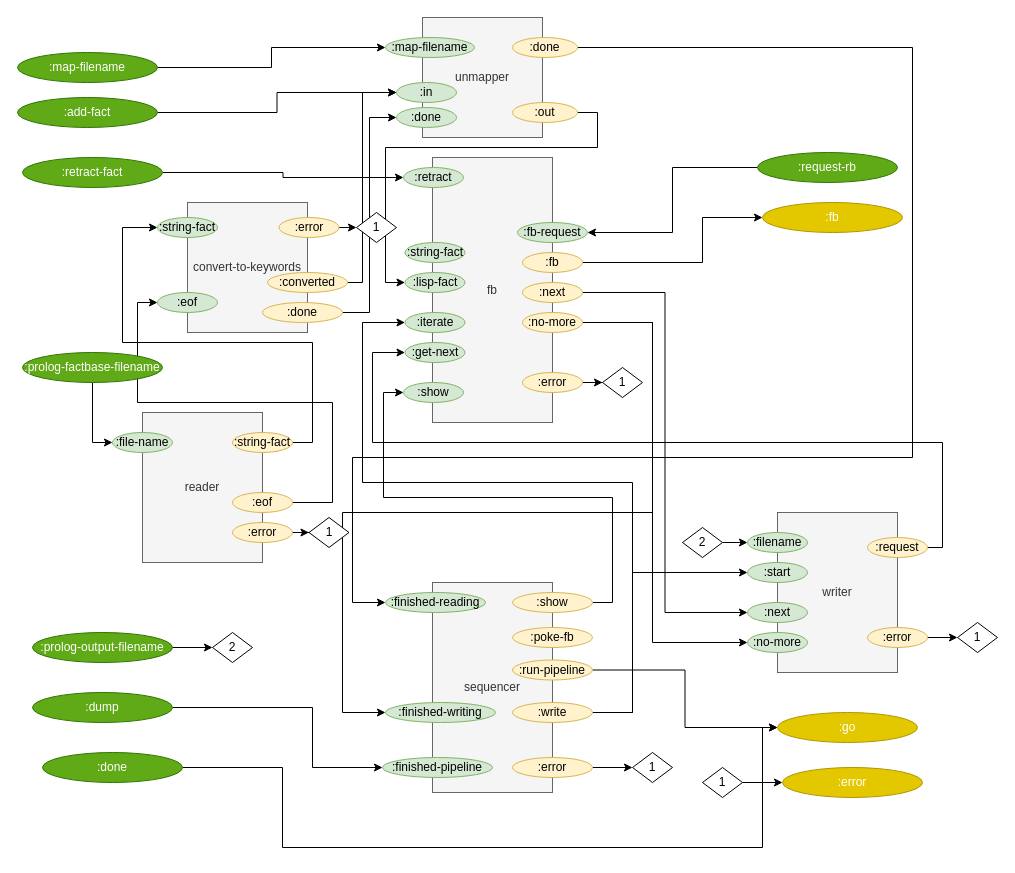
The draw.io diagram page "Compiler test bed" (4 of 10) of svg/cl-compiler/doc/compiler-test-bed.drawio in bmfbp/bmfbp, before the edit. Source tidied: cells renumbered, new cells numbered last; positions are measured from the earlier drawing's top-left corner, leaving out a move shared by most shapes. Both pictures are drawn from the tidied source at 100%, with x=0, y=0 at pixel (17, 17).
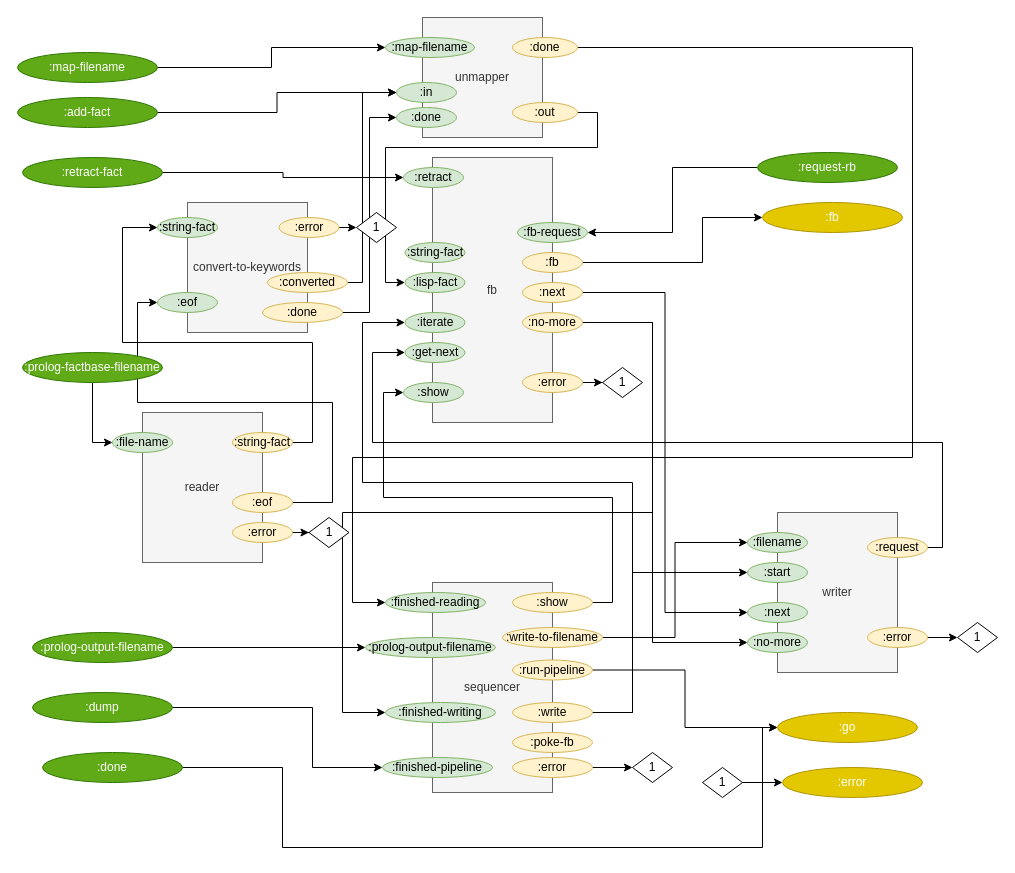
After the change.

Unchanged cells that the change refers to:
```xml
<mxCell id="24" value=":filename" style="ellipse;whiteSpace=wrap;html=1;fillColor=#d5e8d4;strokeColor=#82b366;" parent="1" vertex="1">
  <mxGeometry x="730" y="515" width="60" height="20" as="geometry" />
</mxCell>
<mxCell id="33" value=":prolog-output-filename" style="ellipse;whiteSpace=wrap;html=1;fillColor=#60a917;strokeColor=#2D7600;fontColor=#ffffff;" parent="1" vertex="1">
  <mxGeometry x="15" y="615" width="140" height="30" as="geometry" />
</mxCell>
```

Diff of the diagram source:
```diff
@@
-    <mxCell id="32" style="edgeStyle=orthogonalEdgeStyle;rounded=0;jettySize=auto;html=1;exitX=1;exitY=0.5;exitDx=0;exitDy=0;" parent="1" edge="1" source="33" target="41">
-      <mxGeometry relative="1" as="geometry" />
-    </mxCell>
+    <mxCell id="96" style="edgeStyle=orthogonalEdgeStyle;rounded=0;jettySize=auto;html=1;exitX=1;exitY=0.5;exitDx=0;exitDy=0;entryX=0;entryY=0.5;entryDx=0;entryDy=0;" parent="1" edge="1" source="33" target="99">
+      <mxGeometry relative="1" as="geometry" />
+    </mxCell>
@@
-    <mxCell id="41" value="2" style="rhombus;whiteSpace=wrap;html=1;" parent="1" vertex="1">
-      <mxGeometry x="195" y="615" width="40" height="30" as="geometry" />
-    </mxCell>
-    <mxCell id="42" style="edgeStyle=orthogonalEdgeStyle;rounded=0;jettySize=auto;html=1;exitX=1;exitY=0.5;exitDx=0;exitDy=0;" parent="1" edge="1" source="67" target="24">
-      <mxGeometry relative="1" as="geometry" />
-    </mxCell>
@@
+    <mxCell id="97" style="edgeStyle=orthogonalEdgeStyle;rounded=0;jettySize=auto;html=1;exitX=1;exitY=0.5;exitDx=0;exitDy=0;entryX=0;entryY=0.5;entryDx=0;entryDy=0;" parent="1" edge="1" source="52" target="24">
+      <mxGeometry relative="1" as="geometry" />
+    </mxCell>
-    <mxCell id="52" value=":poke-fb" style="ellipse;whiteSpace=wrap;html=1;fillColor=#fff2cc;strokeColor=#d6b656;" parent="1" vertex="1">
-      <mxGeometry x="495" y="610" width="80" height="20" as="geometry" />
+    <mxCell id="52" value=":write-to-filename" style="ellipse;whiteSpace=wrap;html=1;fillColor=#fff2cc;strokeColor=#d6b656;" parent="1" vertex="1">
+      <mxGeometry x="485" y="610" width="100" height="20" as="geometry" />
     </mxCell>
@@
-    <mxCell id="67" value="2" style="rhombus;whiteSpace=wrap;html=1;" parent="1" vertex="1">
-      <mxGeometry x="665" y="510" width="40" height="30" as="geometry" />
-    </mxCell>
@@
+    <mxCell id="98" value=":poke-fb" style="ellipse;whiteSpace=wrap;html=1;fillColor=#fff2cc;strokeColor=#d6b656;" parent="1" vertex="1">
+      <mxGeometry x="495" y="715" width="80" height="20" as="geometry" />
+    </mxCell>
+    <mxCell id="99" value=":prolog-output-filename" style="ellipse;whiteSpace=wrap;html=1;fillColor=#d5e8d4;strokeColor=#82b366;" parent="1" vertex="1">
+      <mxGeometry x="348" y="620" width="130" height="20" as="geometry" />
+    </mxCell>
```
